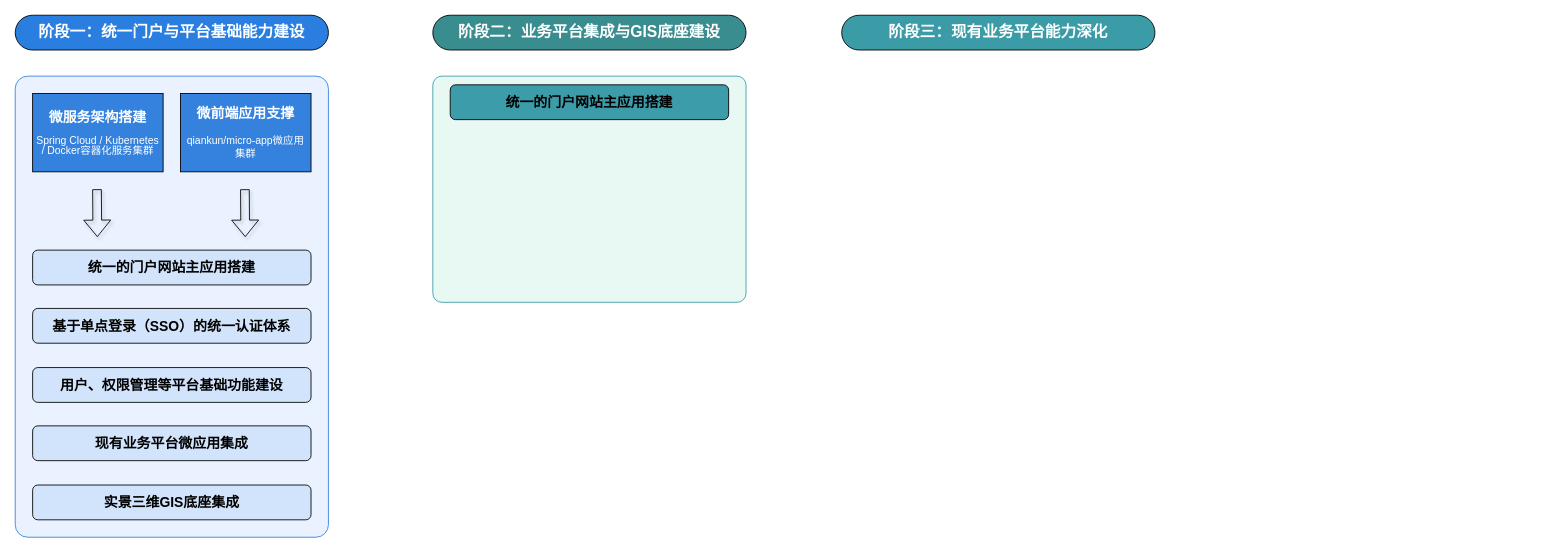
JiaYF1/my_draw_io keeps this draw.io diagram as page "技术路线" (2 of 3) of 岩土大数据平台架构.drawio. Above is the earlier version. Source tidied: cells renumbered, new cells numbered last; positions are measured from the earlier drawing's top-left corner, leaving out a move shared by most shapes. Both pictures are drawn from the tidied source at 87%, with x=0, y=0 at pixel (15, 15).
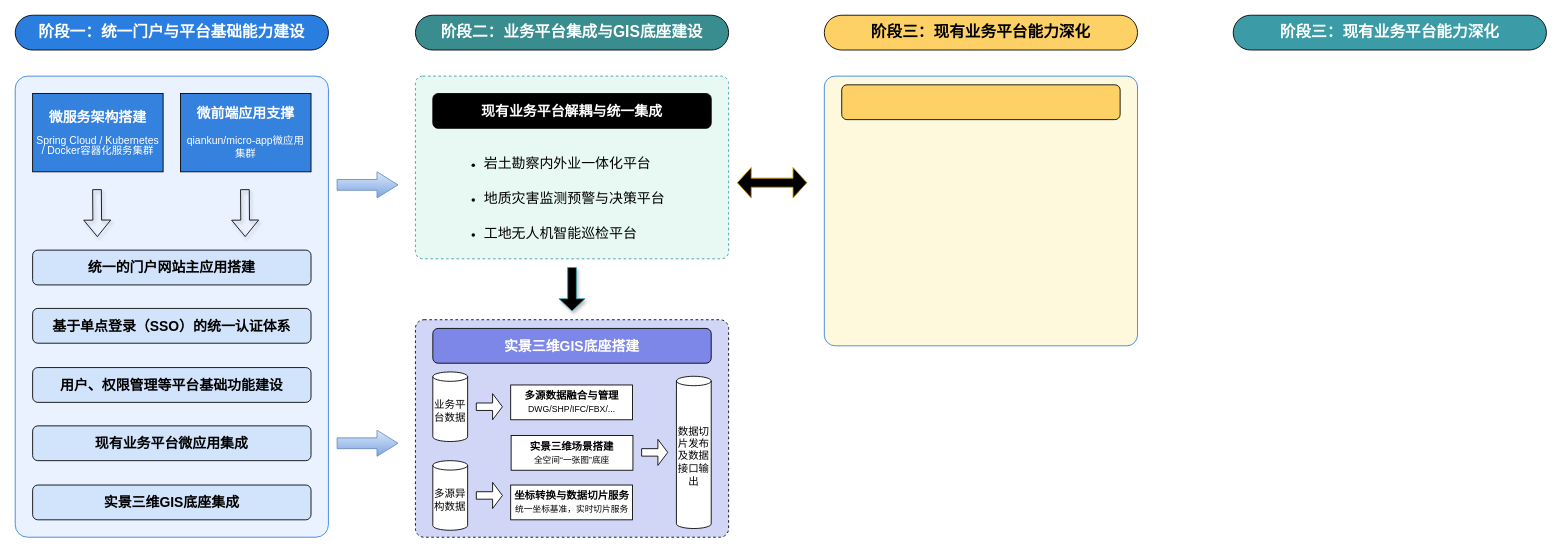
The same diagram, later.

Commit message (it also covers changes not shown here):
更新岩土大数据平台架构.drawio

What changed in the source:
```diff
@@
-    <mxCell id="2" value="阶段一：统一门户与平台基础能力建设" style="rounded=1;whiteSpace=wrap;html=1;fontSize=18;fontStyle=1;arcSize=50;fillColor=light-dark(#2a7ee0, #ededed);fontColor=light-dark(#ffffff, #ededed);" parent="1" vertex="1">
+    <mxCell id="2" value="阶段一：统一门户与平台基础能力建设" style="rounded=1;whiteSpace=wrap;html=1;fontSize=18;fontStyle=1;arcSize=50;fillColor=light-dark(#2a7ee0, #ededed);fontColor=light-dark(#ffffff, #ededed);flipH=1;" parent="1" vertex="1">
       <mxGeometry width="360" height="40" as="geometry" />
     </mxCell>
@@
-    <mxCell id="13" value="阶段二：业务平台集成与GIS底座建设" style="rounded=1;whiteSpace=wrap;html=1;fontSize=18;fontStyle=1;arcSize=50;fillColor=light-dark(#398d8f, #FDD165);fontColor=light-dark(#ffffff, #ededed);" parent="1" vertex="1">
-      <mxGeometry x="480" width="360" height="40" as="geometry" />
+    <mxCell id="13" value="阶段二：业务平台集成与GIS底座建设" style="rounded=1;whiteSpace=wrap;html=1;fontSize=18;fontStyle=1;arcSize=50;fillColor=light-dark(#398d8f, #FDD165);fontColor=light-dark(#ffffff, #ededed);flipH=1;" parent="1" vertex="1">
+      <mxGeometry x="460" width="360" height="40" as="geometry" />
     </mxCell>
-    <mxCell id="14" value="阶段三：现有业务平台能力深化" style="rounded=1;whiteSpace=wrap;html=1;fontSize=18;fontStyle=1;arcSize=50;fillColor=light-dark(#3B9CA8,#FDD165);fontColor=light-dark(#ffffff, #ededed);" parent="1" vertex="1">
-      <mxGeometry x="950" width="360" height="40" as="geometry" />
+    <mxCell id="14" value="&lt;font style=&quot;color: rgb(0, 0, 0);&quot;&gt;阶段三：现有业务平台能力深化&lt;/font&gt;" style="rounded=1;whiteSpace=wrap;html=1;fontSize=18;fontStyle=1;arcSize=50;fillColor=light-dark(#fdd166, #FDD165);fontColor=light-dark(#ffffff, #ededed);flipH=1;" parent="1" vertex="1">
+      <mxGeometry x="930" width="360" height="40" as="geometry" />
     </mxCell>
-    <mxCell id="15" style="rounded=1;whiteSpace=wrap;html=1;glass=0;arcSize=4;fillColor=light-dark(#e8f8f3, #ededed);strokeColor=light-dark(#3b9ca7, #ededed);" parent="1" vertex="1">
-      <mxGeometry x="480" y="70" width="360" height="260" as="geometry" />
+    <mxCell id="15" style="rounded=1;whiteSpace=wrap;html=1;glass=0;arcSize=4;fillColor=light-dark(#e8f8f3, #ededed);strokeColor=light-dark(#3b9ca7, #ededed);dashed=1;" parent="1" vertex="1">
+      <mxGeometry x="460" y="70" width="360" height="210" as="geometry" />
     </mxCell>
-    <mxCell id="16" value="&lt;b style=&quot;font-size: 16px; background-color: transparent; color: light-dark(rgb(0, 0, 0), rgb(255, 255, 255));&quot;&gt;统一的门户网站主应用搭建&lt;/b&gt;" style="rounded=1;whiteSpace=wrap;html=1;fillColor=light-dark(#3c9ca9, #ededed);" parent="1" vertex="1">
-      <mxGeometry x="500" y="80" width="320" height="40" as="geometry" />
+    <mxCell id="16" value="&lt;b style=&quot;font-size: 16px; background-color: transparent;&quot;&gt;现有业务平台解耦与统一集成&lt;/b&gt;" style="rounded=1;whiteSpace=wrap;html=1;fillColor=light-dark(#3c9ca9, #ededed);fontColor=light-dark(#ffffff, #ededed);gradientColor=light-dark(#3c9ca9, #295a0d);" parent="1" vertex="1">
+      <mxGeometry x="480" y="90" width="320" height="40" as="geometry" />
     </mxCell>
+    <mxCell id="17" style="shape=singleArrow;whiteSpace=wrap;html=1;arrowWidth=0.4133333333333364;arrowSize=0.3450000000000003;fillColor=#dae8fc;gradientColor=#7ea6e0;strokeColor=#6c8ebf;" parent="1" vertex="1">
+      <mxGeometry x="370" y="180" width="70" height="30" as="geometry" />
+    </mxCell>
+    <mxCell id="18" style="shape=singleArrow;whiteSpace=wrap;html=1;arrowWidth=0.4133333333333364;arrowSize=0.3450000000000003;fillColor=#dae8fc;gradientColor=#7ea6e0;strokeColor=#6c8ebf;" parent="1" vertex="1">
+      <mxGeometry x="370" y="477" width="70" height="30" as="geometry" />
+    </mxCell>
+    <mxCell id="19" style="rounded=1;whiteSpace=wrap;html=1;glass=0;arcSize=4;fillColor=light-dark(#d1d6f6, #ededed);strokeColor=light-dark(#000000,#EDEDED);dashed=1;" parent="1" vertex="1">
+      <mxGeometry x="460" y="350" width="360" height="250" as="geometry" />
+    </mxCell>
+    <mxCell id="20" value="&lt;b style=&quot;font-size: 16px; background-color: transparent;&quot;&gt;实景三维GIS底座搭建&lt;/b&gt;" style="rounded=1;whiteSpace=wrap;html=1;fillColor=light-dark(#7d87e8, #675000);strokeColor=light-dark(#000000, #8d7600);fontColor=light-dark(#ffffff, #ededed);" parent="1" vertex="1">
+      <mxGeometry x="480" y="360" width="320" height="40" as="geometry" />
+    </mxCell>
+    <mxCell id="21" value="阶段三：现有业务平台能力深化" style="rounded=1;whiteSpace=wrap;html=1;fontSize=18;fontStyle=1;arcSize=50;fillColor=light-dark(#3B9CA8,#FDD165);fontColor=light-dark(#ffffff, #ededed);flipH=1;" parent="1" vertex="1">
+      <mxGeometry x="1400" width="360" height="40" as="geometry" />
+    </mxCell>
+    <mxCell id="22" style="shape=singleArrow;direction=south;whiteSpace=wrap;html=1;arrowWidth=0.33333333333332577;arrowSize=0.2828571428571422;fillColor=#d5e8d4;gradientColor=light-dark(#3B9FAB,#295A0D);strokeColor=light-dark(#3ca1ac, #446e2c);shadow=1;gradientDirection=south;" parent="1" vertex="1">
+      <mxGeometry x="625" y="290" width="30" height="50" as="geometry" />
+    </mxCell>
+    <mxCell id="23" value="&lt;ul style=&quot;padding-left: 5px; line-height: 250%;&quot;&gt;&lt;li&gt;&lt;font style=&quot;font-size: 16px; line-height: 250%;&quot;&gt;&lt;span style=&quot;font-weight: normal;&quot;&gt;岩土勘察内外业一体化平台&lt;/span&gt;&lt;/font&gt;&lt;/li&gt;&lt;li&gt;&lt;font style=&quot;font-size: 16px; line-height: 250%;&quot;&gt;&lt;span style=&quot;font-weight: normal;&quot;&gt;地质灾害监测预警与决策平台&lt;/span&gt;&lt;/font&gt;&lt;/li&gt;&lt;li&gt;&lt;font style=&quot;font-size: 16px; line-height: 250%;&quot;&gt;&lt;span style=&quot;font-weight: normal;&quot;&gt;工地无人机智能巡检平台&lt;/span&gt;&lt;/font&gt;&lt;/li&gt;&lt;/ul&gt;" style="text;html=1;whiteSpace=wrap;strokeColor=none;fillColor=none;align=left;verticalAlign=middle;rounded=0;fontStyle=1;" parent="1" vertex="1">
+      <mxGeometry x="532" y="160" width="215" height="100" as="geometry" />
+    </mxCell>
+    <mxCell id="24" value="业务平台数据" style="shape=cylinder3;whiteSpace=wrap;html=1;boundedLbl=1;backgroundOutline=1;size=5.411764705882661;" parent="1" vertex="1">
+      <mxGeometry x="480" y="410" width="40" height="80" as="geometry" />
+    </mxCell>
+    <mxCell id="25" value="多源异构数据" style="shape=cylinder3;whiteSpace=wrap;html=1;boundedLbl=1;backgroundOutline=1;size=5.411764705882661;" parent="1" vertex="1">
+      <mxGeometry x="480" y="512" width="40" height="80" as="geometry" />
+    </mxCell>
+    <mxCell id="26" style="shape=singleArrow;whiteSpace=wrap;html=1;arrowWidth=0.28627450980390373;arrowSize=0.37647058823529844;" parent="1" vertex="1">
+      <mxGeometry x="530" y="435" width="30" height="30" as="geometry" />
+    </mxCell>
+    <mxCell id="27" style="shape=singleArrow;whiteSpace=wrap;html=1;arrowWidth=0.28627450980390373;arrowSize=0.37647058823529844;" parent="1" vertex="1">
+      <mxGeometry x="530" y="537" width="30" height="30" as="geometry" />
+    </mxCell>
+    <mxCell id="28" value="&lt;b&gt;多源数据融合与管理&lt;/b&gt;&lt;div&gt;&lt;font style=&quot;font-size: 10px;&quot;&gt;DWG/SHP/IFC/FBX/...&lt;/font&gt;&lt;/div&gt;" style="rounded=0;whiteSpace=wrap;html=1;" parent="1" vertex="1">
+      <mxGeometry x="569.5" y="425" width="140" height="40" as="geometry" />
+    </mxCell>
+    <mxCell id="29" value="数据切片发布及数据接口输出" style="shape=cylinder3;whiteSpace=wrap;html=1;boundedLbl=1;backgroundOutline=1;size=5.411764705882661;" parent="1" vertex="1">
+      <mxGeometry x="760" y="415" width="40" height="175" as="geometry" />
+    </mxCell>
+    <mxCell id="30" value="&lt;b&gt;实景三维场景搭建&lt;/b&gt;&lt;br&gt;&lt;div&gt;&lt;font style=&quot;font-size: 10px;&quot;&gt;全空间“一张图”底座&lt;/font&gt;&lt;/div&gt;" style="rounded=0;whiteSpace=wrap;html=1;" parent="1" vertex="1">
+      <mxGeometry x="570" y="483" width="140" height="40" as="geometry" />
+    </mxCell>
+    <mxCell id="31" value="&lt;b&gt;坐标转换与数据切片服务&lt;/b&gt;&lt;br&gt;&lt;div&gt;&lt;font style=&quot;font-size: 10px;&quot;&gt;统一坐标基准，实时切片服务&lt;/font&gt;&lt;/div&gt;" style="rounded=0;whiteSpace=wrap;html=1;" parent="1" vertex="1">
+      <mxGeometry x="569.5" y="540" width="140" height="40" as="geometry" />
+    </mxCell>
+    <mxCell id="32" style="shape=singleArrow;whiteSpace=wrap;html=1;arrowWidth=0.28627450980390373;arrowSize=0.37647058823529844;" parent="1" vertex="1">
+      <mxGeometry x="720" y="487.5" width="30" height="30" as="geometry" />
+    </mxCell>
+    <mxCell id="33" style="rounded=1;whiteSpace=wrap;html=1;glass=0;arcSize=4;fillColor=light-dark(#fef9dd, #ededed);strokeColor=light-dark(#3481de, #ededed);" parent="1" vertex="1">
+      <mxGeometry x="930" y="70" width="360" height="310" as="geometry" />
+    </mxCell>
+    <mxCell id="34" style="rounded=1;whiteSpace=wrap;html=1;fillColor=light-dark(#fdd165, #675000);strokeColor=light-dark(#000000, #8d7600);fontColor=light-dark(#ffffff, #ededed);" parent="1" vertex="1">
+      <mxGeometry x="950" y="80" width="320" height="40" as="geometry" />
+    </mxCell>
+    <mxCell id="35" style="shape=doubleArrow;whiteSpace=wrap;html=1;fillColor=light-dark(#f2e5ba, #6a3f00);gradientColor=#ffa500;strokeColor=#d79b00;gradientDirection=north;" parent="1" vertex="1">
+      <mxGeometry x="830" y="175" width="80" height="35" as="geometry" />
+    </mxCell>
```
